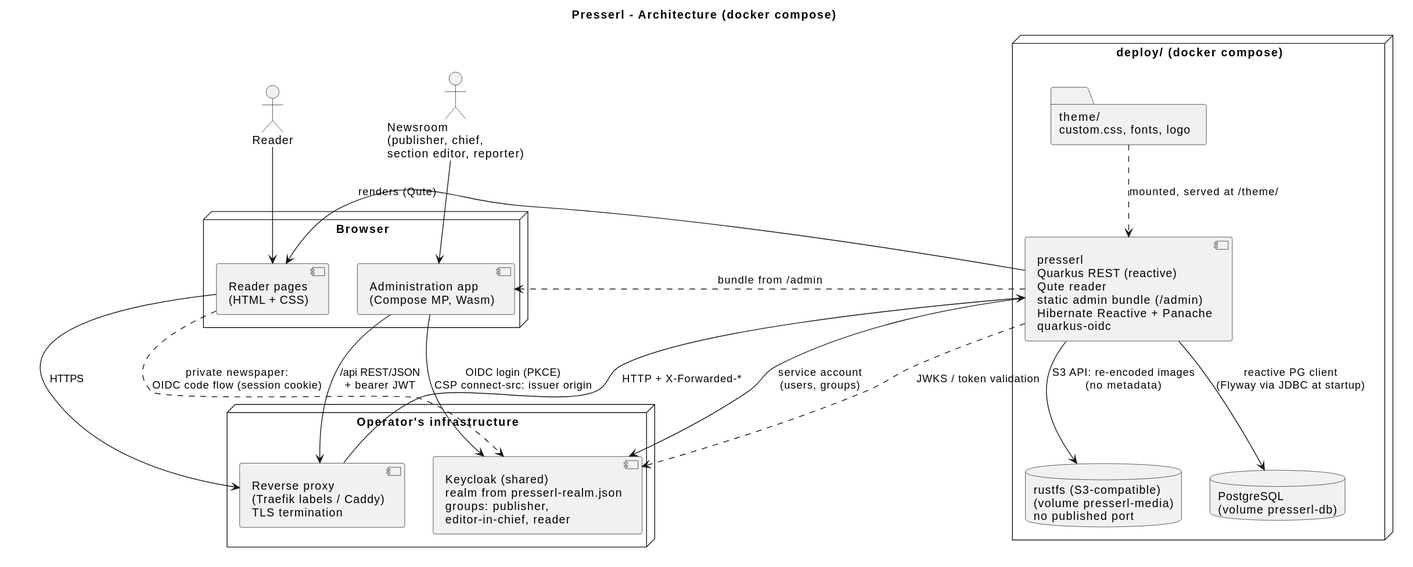
This is docs/diagrams/architecture.svg from UnterrainerInformatik/presserl, a PlantUML export, as it was before one commit.
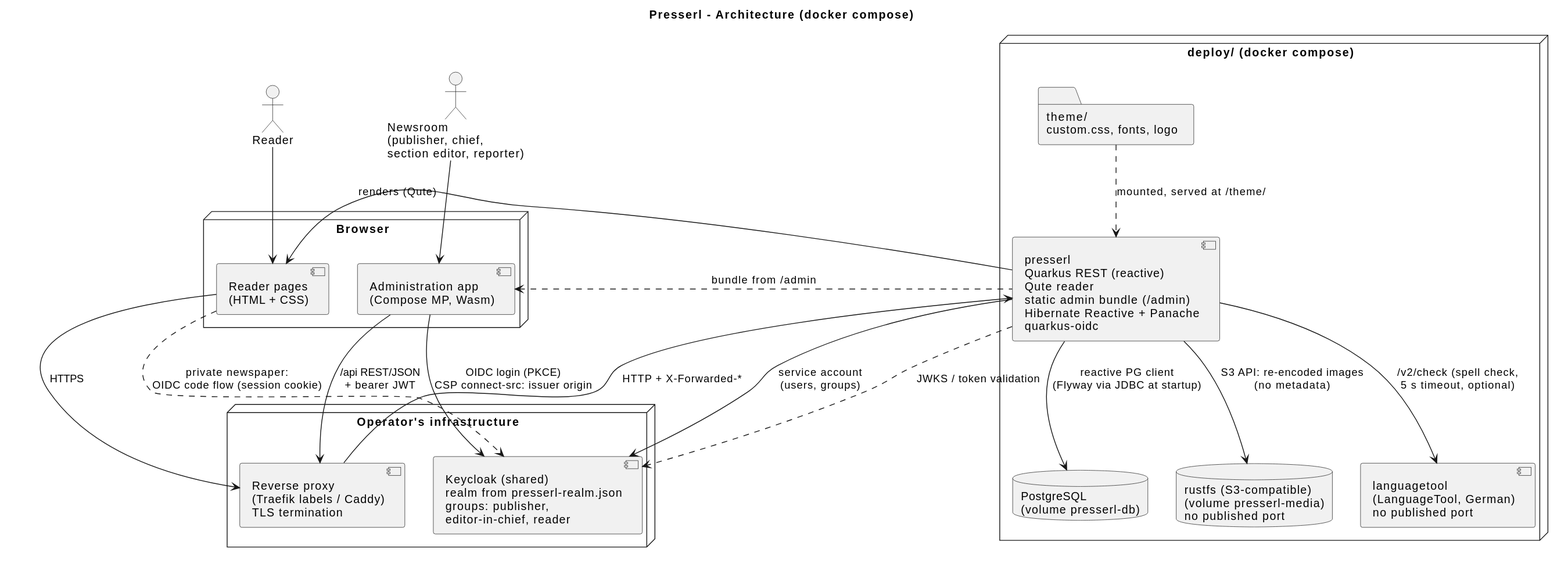
The same file after the commit.

What changed in the source:
```diff
@@ -18,6 +18,7 @@
   folder "theme/\ncustom.css, fonts, logo" as theme
   database "PostgreSQL\n(volume presserl-db)" as db
   database "rustfs (S3-compatible)\n(volume presserl-media)\nno published port" as media
+  component "languagetool\n(LanguageTool, German)\nno published port" as lt
 }
 
 reader --> html
@@ -34,4 +35,5 @@
 srv ..> kc : JWKS / token validation
 srv --> db : reactive PG client\n(Flyway via JDBC at startup)
 srv --> media : S3 API: re-encoded images\n(no metadata)
+srv --> lt : /v2/check (spell check,\n5 s timeout, optional)
 @enduml
```
